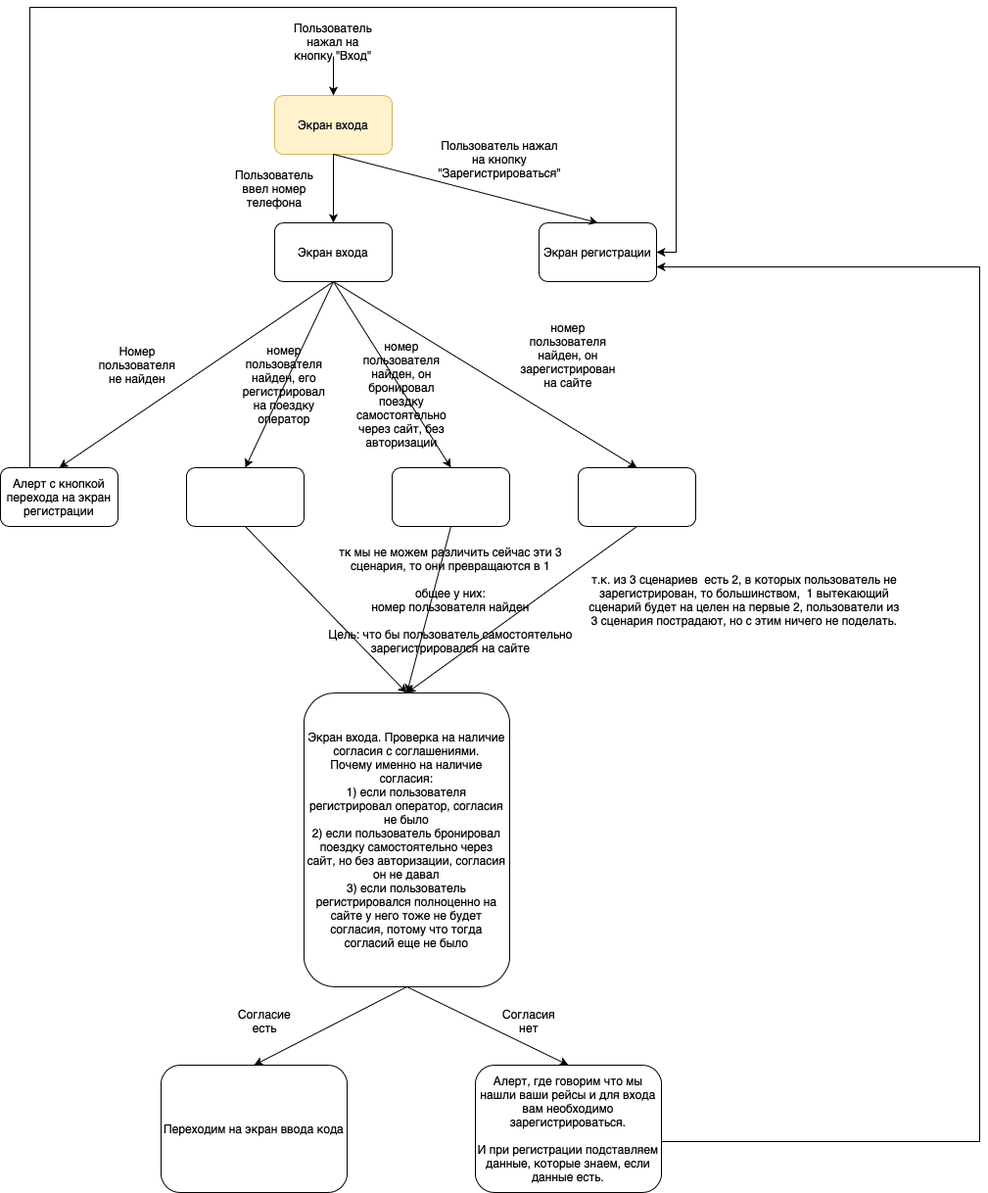
The draw.io diagram 2.drawio.png in AlexandraKolomoitseva/Diagrams, before a commit. Source tidied: cells renumbered, new cells last; positions are measured from the earlier drawing's top-left corner, leaving out a move shared by most shapes.
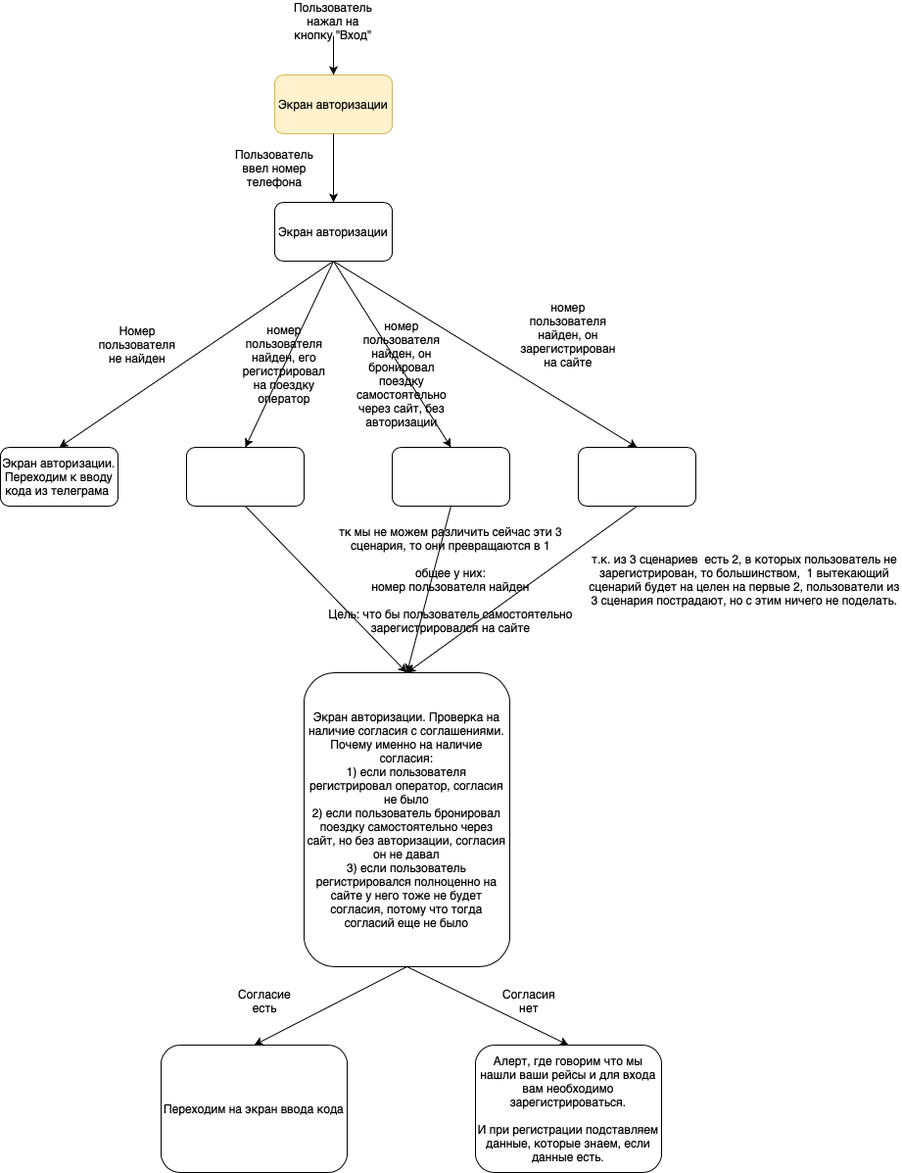
After the commit.

Change to the diagram source:
```diff
@@ -2,7 +2,7 @@
   <root>
     <mxCell id="0" />
     <mxCell id="1" parent="0" />
-    <mxCell id="2" value="Экран входа" style="rounded=1;whiteSpace=wrap;html=1;fillColor=#fff2cc;strokeColor=#d6b656;" parent="1" vertex="1">
+    <mxCell id="2" value="Экран авторизации" style="rounded=1;whiteSpace=wrap;html=1;fillColor=#fff2cc;strokeColor=#d6b656;" parent="1" vertex="1">
       <mxGeometry x="280" y="90" width="120" height="60" as="geometry" />
     </mxCell>
     <mxCell id="3" value="Пользователь нажал на кнопку &quot;Вход&quot;" style="text;html=1;align=center;verticalAlign=middle;whiteSpace=wrap;rounded=0;" parent="1" vertex="1">
@@ -11,34 +11,16 @@
     <mxCell id="4" style="endArrow=classic;html=1;rounded=0;exitX=0.5;exitY=1;exitDx=0;exitDy=0;entryX=0.5;entryY=0;entryDx=0;entryDy=0;" parent="1" edge="1" source="3" target="2">
       <mxGeometry relative="1" as="geometry" />
     </mxCell>
-    <mxCell id="5" value="Экран входа" style="rounded=1;whiteSpace=wrap;html=1;" parent="1" vertex="1">
+    <mxCell id="5" value="Экран авторизации" style="rounded=1;whiteSpace=wrap;html=1;" parent="1" vertex="1">
       <mxGeometry x="280" y="220" width="120" height="60" as="geometry" />
     </mxCell>
-    <mxCell id="6" value="Экран регистрации" style="rounded=1;whiteSpace=wrap;html=1;" parent="1" vertex="1">
-      <mxGeometry x="550" y="220" width="120" height="60" as="geometry" />
-    </mxCell>
     <mxCell id="7" style="endArrow=classic;html=1;rounded=0;exitX=0.5;exitY=1;exitDx=0;exitDy=0;entryX=0.5;entryY=0;entryDx=0;entryDy=0;" parent="1" edge="1" source="2" target="5">
       <mxGeometry relative="1" as="geometry" />
     </mxCell>
-    <mxCell id="8" style="endArrow=classic;html=1;rounded=0;exitX=0.5;exitY=1;exitDx=0;exitDy=0;entryX=0.5;entryY=0;entryDx=0;entryDy=0;" parent="1" edge="1" source="2" target="6">
-      <mxGeometry relative="1" as="geometry" />
-    </mxCell>
     <mxCell id="9" value="Пользователь ввел номер телефона" style="text;html=1;align=center;verticalAlign=middle;whiteSpace=wrap;rounded=0;" parent="1" vertex="1">
       <mxGeometry x="250" y="170" width="60" height="30" as="geometry" />
     </mxCell>
-    <mxCell id="10" value="Пользователь нажал на кнопку &quot;Зарегистрироваться&quot;" style="text;html=1;align=center;verticalAlign=middle;whiteSpace=wrap;rounded=0;" parent="1" vertex="1">
-      <mxGeometry x="480" y="140" width="60" height="30" as="geometry" />
-    </mxCell>
-    <mxCell id="11" style="edgeStyle=orthogonalEdgeStyle;rounded=0;jettySize=auto;html=1;entryX=1;entryY=0.5;entryDx=0;entryDy=0;exitX=0.25;exitY=0;exitDx=0;exitDy=0;" parent="1" edge="1" source="12" target="6">
-      <mxGeometry relative="1" as="geometry">
-        <Array as="points">
-          <mxPoint x="30" />
-          <mxPoint x="690" />
-          <mxPoint x="690" y="250" />
-        </Array>
-      </mxGeometry>
-    </mxCell>
-    <mxCell id="12" value="Алерт с кнопкой перехода на экран регистрации" style="rounded=1;whiteSpace=wrap;html=1;" parent="1" vertex="1">
+    <mxCell id="12" value="Экран авторизации.&lt;div&gt;Переходим к вводу кода из телеграма&amp;nbsp;&lt;/div&gt;" style="rounded=1;whiteSpace=wrap;html=1;" parent="1" vertex="1">
       <mxGeometry y="470" width="120" height="60" as="geometry" />
     </mxCell>
     <mxCell id="13" style="rounded=1;whiteSpace=wrap;html=1;" parent="1" vertex="1">
@@ -77,15 +59,7 @@
     <mxCell id="24" value="тк мы не можем различить сейчас эти 3 сценария, то они превращаются в 1&lt;div&gt;&lt;br&gt;&lt;/div&gt;&lt;div&gt;общее у них:&lt;/div&gt;&lt;div&gt;номер пользователя найден&lt;/div&gt;&lt;div&gt;&lt;br&gt;&lt;/div&gt;&lt;div&gt;Цель: что бы пользователь самостоятельно зарегистрировался на сайте&lt;/div&gt;" style="text;html=1;align=center;verticalAlign=middle;whiteSpace=wrap;rounded=0;" parent="1" vertex="1">
       <mxGeometry x="330" y="590" width="260" height="30" as="geometry" />
     </mxCell>
-    <mxCell id="25" style="edgeStyle=orthogonalEdgeStyle;rounded=0;jettySize=auto;html=1;entryX=1;entryY=0.75;entryDx=0;entryDy=0;exitX=1;exitY=0.6;exitDx=0;exitDy=0;exitPerimeter=0;" parent="1" edge="1" source="32" target="6">
-      <mxGeometry relative="1" as="geometry">
-        <Array as="points">
-          <mxPoint x="1000" y="1158" />
-          <mxPoint x="1000" y="265" />
-        </Array>
-      </mxGeometry>
-    </mxCell>
-    <mxCell id="26" value="Экран входа. Проверка на наличие согласия с соглашениями.&lt;div&gt;Почему именно на наличие согласия:&lt;/div&gt;&lt;div&gt;1) если пользователя регистрировал оператор, согласия не было&lt;/div&gt;&lt;div&gt;2) если пользователь бронировал поездку самостоятельно через сайт, но без авторизации, согласия он не давал&lt;/div&gt;&lt;div&gt;3) если пользователь регистрировался полноценно на сайте у него тоже не будет согласия, потому что тогда согласий еще не было&lt;/div&gt;" style="rounded=1;whiteSpace=wrap;html=1;" parent="1" vertex="1">
+    <mxCell id="26" value="Экран авторизации. Проверка на наличие согласия с соглашениями.&lt;div&gt;Почему именно на наличие согласия:&lt;/div&gt;&lt;div&gt;1) если пользователя регистрировал оператор, согласия не было&lt;/div&gt;&lt;div&gt;2) если пользователь бронировал поездку самостоятельно через сайт, но без авторизации, согласия он не давал&lt;/div&gt;&lt;div&gt;3) если пользователь регистрировался полноценно на сайте у него тоже не будет согласия, потому что тогда согласий еще не было&lt;/div&gt;" style="rounded=1;whiteSpace=wrap;html=1;" parent="1" vertex="1">
       <mxGeometry x="310" y="700" width="210" height="300" as="geometry" />
     </mxCell>
     <mxCell id="27" style="endArrow=classic;html=1;rounded=0;exitX=0.5;exitY=1;exitDx=0;exitDy=0;entryX=0.5;entryY=0;entryDx=0;entryDy=0;" parent="1" edge="1" source="13" target="26">
```
